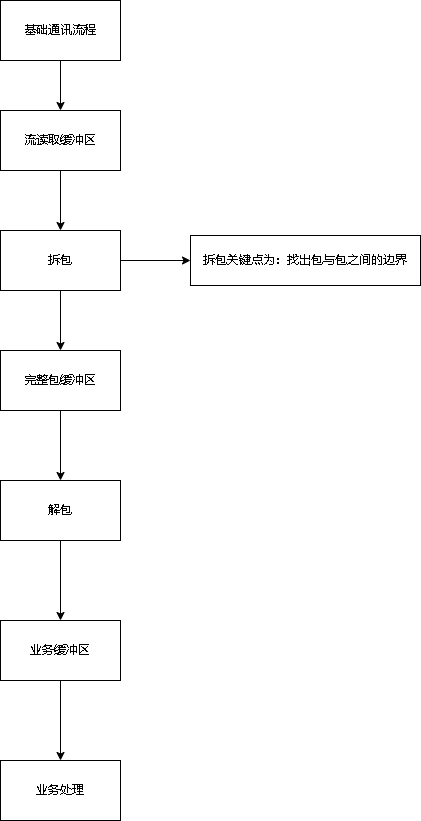
Earlier version of the draw.io export cgo8_通讯设计.drawio.png (xktder/draw). Source tidied: cells renumbered, new cells last; positions are measured from the earlier drawing's top-left corner, leaving out a move shared by most shapes.
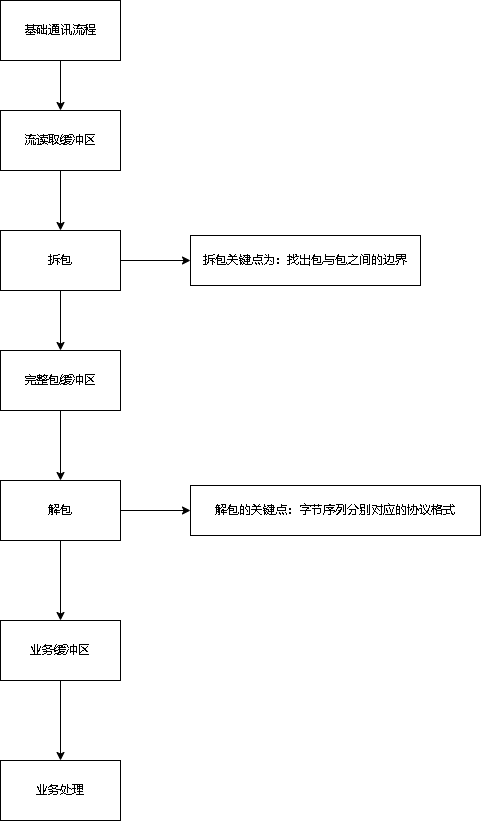
After the change.

Commit message:
更新cgo8_通讯设计.drawio.png

Change to the diagram source:
```diff
@@ -32,6 +32,9 @@
     <mxCell id="11" style="edgeStyle=orthogonalEdgeStyle;rounded=0;jettySize=auto;html=1;" parent="1" edge="1" source="12" target="15">
       <mxGeometry relative="1" as="geometry" />
     </mxCell>
+    <mxCell id="17" style="edgeStyle=orthogonalEdgeStyle;rounded=0;jettySize=auto;html=1;" parent="1" edge="1" source="12" target="18">
+      <mxGeometry relative="1" as="geometry" />
+    </mxCell>
     <mxCell id="12" value="解包" style="whiteSpace=wrap;html=1;rounded=0;" parent="1" vertex="1">
       <mxGeometry y="480" width="120" height="60" as="geometry" />
     </mxCell>
@@ -47,5 +50,8 @@
     <mxCell id="16" value="业务处理" style="whiteSpace=wrap;html=1;rounded=0;" parent="1" vertex="1">
       <mxGeometry y="760" width="120" height="60" as="geometry" />
     </mxCell>
+    <mxCell id="18" value="解包的关键点：字节序列分别对应的协议格式" style="whiteSpace=wrap;html=1;rounded=0;" parent="1" vertex="1">
+      <mxGeometry x="190" y="485" width="290" height="50" as="geometry" />
+    </mxCell>
   </root>
 </mxGraphModel>
```
